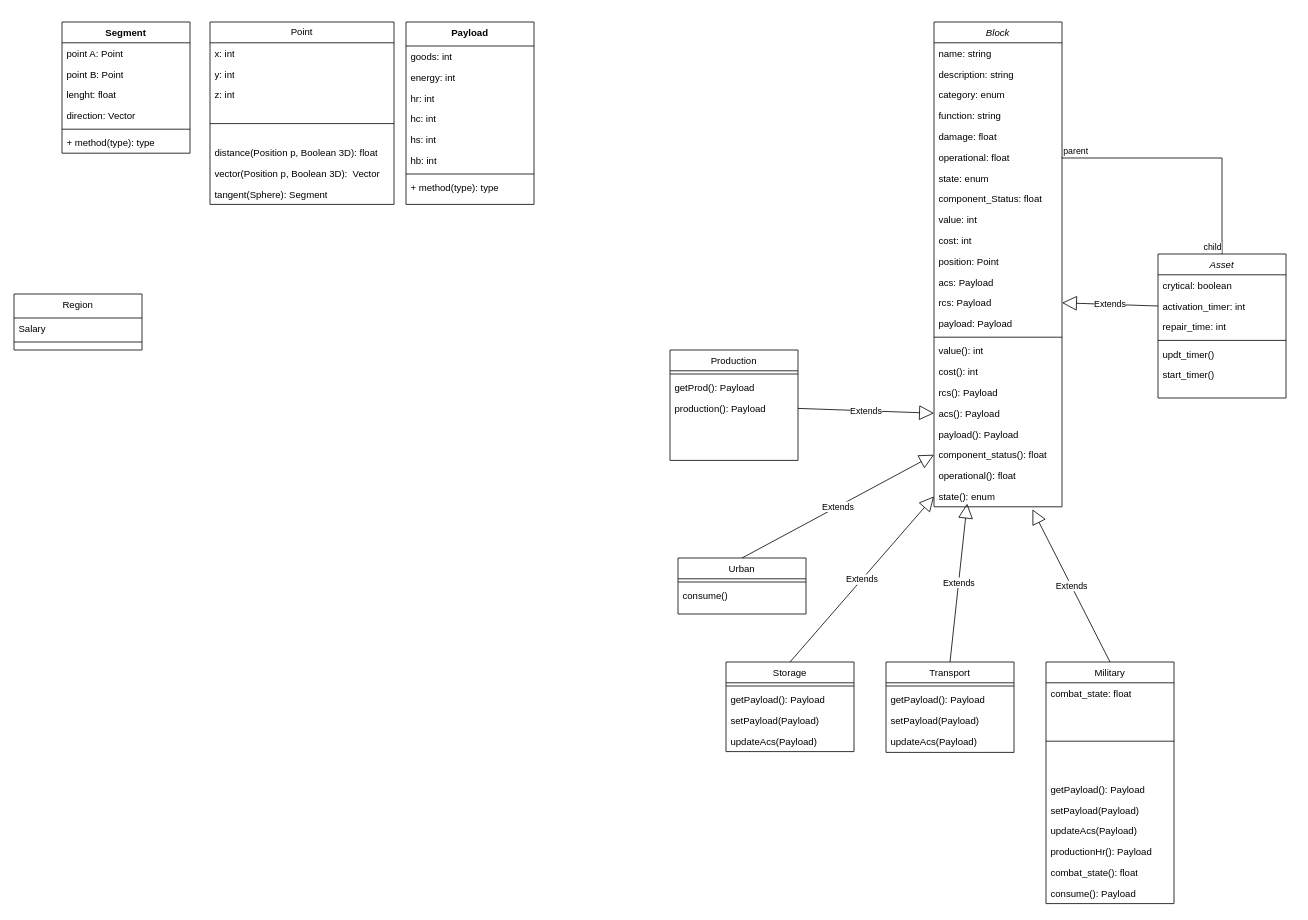
This is Analysis/UML/Class Diagram.drawio from MakusIV/Warfare-Model, a draw.io file, before an edit. Source tidied: cells renumbered, new cells numbered last; positions are measured from the earlier drawing's top-left corner, leaving out a move shared by most shapes. Both pictures are drawn from the tidied source at 80%, with x=0, y=0 at pixel (14, 22).
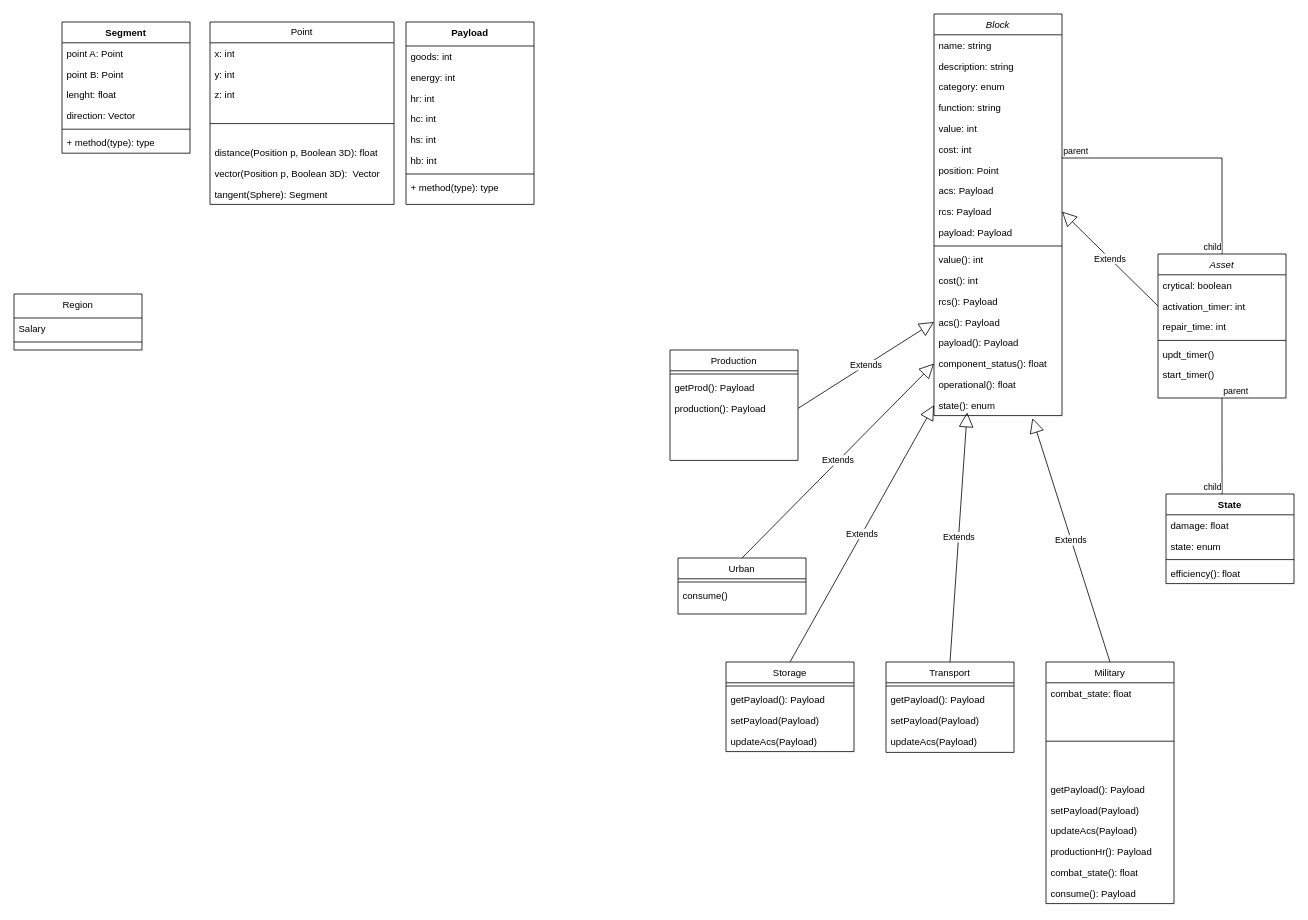
The same page after the edit.

Commit message (it also covers changes not shown here):
create Class: State, upgrade Block propriety

Unchanged cells that the change refers to:
```xml
<mxCell id="26" value="Asset" style="swimlane;fontStyle=2;align=center;verticalAlign=top;horizontal=1;startSize=26;rounded=0;shadow=0;strokeWidth=1;" parent="1" vertex="1">
  <mxGeometry x="1430" y="290" width="160" height="180" as="geometry" />
</mxCell>
```

Change to the diagram source:
```diff
@@
     <mxCell id="2" value="Block" style="swimlane;fontStyle=2;align=center;verticalAlign=top;horizontal=1;startSize=26;rounded=0;shadow=0;strokeWidth=1;" parent="1" vertex="1">
-      <mxGeometry x="1150" width="160" height="606" as="geometry" />
+      <mxGeometry x="1150" y="-10" width="160" height="502" as="geometry" />
     </mxCell>
@@
-    <mxCell id="7" value="damage: float" style="text;align=left;verticalAlign=top;spacingLeft=4;spacingRight=4;overflow=hidden;rounded=0;shadow=0;html=0;" parent="2" vertex="1">
-      <mxGeometry y="130" width="160" height="26" as="geometry" />
-    </mxCell>
-    <mxCell id="8" value="operational: float" style="text;align=left;verticalAlign=top;spacingLeft=4;spacingRight=4;overflow=hidden;points=[[0,0.5],[1,0.5]];portConstraint=eastwest;rounded=0;shadow=0;html=0;" parent="2" vertex="1">
-      <mxGeometry y="156" width="160" height="26" as="geometry" />
-    </mxCell>
-    <mxCell id="9" value="state: enum" style="text;align=left;verticalAlign=top;spacingLeft=4;spacingRight=4;overflow=hidden;rounded=0;shadow=0;html=0;" parent="2" vertex="1">
-      <mxGeometry y="182" width="160" height="26" as="geometry" />
-    </mxCell>
-    <mxCell id="10" value="component_Status: float&#10;" style="text;align=left;verticalAlign=top;spacingLeft=4;spacingRight=4;overflow=hidden;rounded=0;shadow=0;html=0;" parent="2" vertex="1">
-      <mxGeometry y="208" width="160" height="26" as="geometry" />
-    </mxCell>
     <mxCell id="11" value="value: int" style="text;align=left;verticalAlign=top;spacingLeft=4;spacingRight=4;overflow=hidden;rounded=0;shadow=0;html=0;" parent="2" vertex="1">
-      <mxGeometry y="234" width="160" height="26" as="geometry" />
+      <mxGeometry y="130" width="160" height="26" as="geometry" />
     </mxCell>
     <mxCell id="12" value="cost: int" style="text;align=left;verticalAlign=top;spacingLeft=4;spacingRight=4;overflow=hidden;rounded=0;shadow=0;html=0;" parent="2" vertex="1">
-      <mxGeometry y="260" width="160" height="26" as="geometry" />
+      <mxGeometry y="156" width="160" height="26" as="geometry" />
     </mxCell>
     <mxCell id="13" value="position: Point" style="text;align=left;verticalAlign=top;spacingLeft=4;spacingRight=4;overflow=hidden;rounded=0;shadow=0;html=0;" parent="2" vertex="1">
-      <mxGeometry y="286" width="160" height="26" as="geometry" />
+      <mxGeometry y="182" width="160" height="26" as="geometry" />
     </mxCell>
     <mxCell id="14" value="acs: Payload" style="text;align=left;verticalAlign=top;spacingLeft=4;spacingRight=4;overflow=hidden;rounded=0;shadow=0;html=0;" parent="2" vertex="1">
-      <mxGeometry y="312" width="160" height="26" as="geometry" />
+      <mxGeometry y="208" width="160" height="26" as="geometry" />
     </mxCell>
     <mxCell id="15" value="rcs: Payload" style="text;align=left;verticalAlign=top;spacingLeft=4;spacingRight=4;overflow=hidden;points=[[0,0.5],[1,0.5]];portConstraint=eastwest;rounded=0;shadow=0;html=0;" parent="2" vertex="1">
-      <mxGeometry y="338" width="160" height="26" as="geometry" />
+      <mxGeometry y="234" width="160" height="26" as="geometry" />
     </mxCell>
     <mxCell id="16" value="payload: Payload" style="text;align=left;verticalAlign=top;spacingLeft=4;spacingRight=4;overflow=hidden;rounded=0;shadow=0;html=0;" parent="2" vertex="1">
-      <mxGeometry y="364" width="160" height="26" as="geometry" />
+      <mxGeometry y="260" width="160" height="26" as="geometry" />
     </mxCell>
     <mxCell id="17" style="line;html=1;strokeWidth=1;align=left;verticalAlign=middle;spacingTop=-1;spacingLeft=3;spacingRight=3;labelPosition=right;" parent="2" vertex="1">
-      <mxGeometry y="390" width="160" height="8" as="geometry" />
+      <mxGeometry y="286" width="160" height="8" as="geometry" />
     </mxCell>
     <mxCell id="18" value="value(): int" style="text;align=left;verticalAlign=top;spacingLeft=4;spacingRight=4;overflow=hidden;rounded=0;shadow=0;html=0;" parent="2" vertex="1">
-      <mxGeometry y="398" width="160" height="26" as="geometry" />
+      <mxGeometry y="294" width="160" height="26" as="geometry" />
     </mxCell>
     <mxCell id="19" value="cost(): int" style="text;align=left;verticalAlign=top;spacingLeft=4;spacingRight=4;overflow=hidden;rounded=0;shadow=0;html=0;" parent="2" vertex="1">
-      <mxGeometry y="424" width="160" height="26" as="geometry" />
+      <mxGeometry y="320" width="160" height="26" as="geometry" />
     </mxCell>
     <mxCell id="20" value="rcs(): Payload" style="text;align=left;verticalAlign=top;spacingLeft=4;spacingRight=4;overflow=hidden;rounded=0;shadow=0;html=0;" parent="2" vertex="1">
-      <mxGeometry y="450" width="160" height="26" as="geometry" />
+      <mxGeometry y="346" width="160" height="26" as="geometry" />
     </mxCell>
     <mxCell id="21" value="acs(): Payload" style="text;align=left;verticalAlign=top;spacingLeft=4;spacingRight=4;overflow=hidden;points=[[0,0.5],[1,0.5]];portConstraint=eastwest;rounded=0;shadow=0;html=0;" parent="2" vertex="1">
-      <mxGeometry y="476" width="160" height="26" as="geometry" />
+      <mxGeometry y="372" width="160" height="26" as="geometry" />
     </mxCell>
     <mxCell id="22" value="payload(): Payload" style="text;align=left;verticalAlign=top;spacingLeft=4;spacingRight=4;overflow=hidden;rounded=0;shadow=0;html=0;" parent="2" vertex="1">
-      <mxGeometry y="502" width="160" height="26" as="geometry" />
+      <mxGeometry y="398" width="160" height="26" as="geometry" />
     </mxCell>
     <mxCell id="23" value="component_status(): float" style="text;align=left;verticalAlign=top;spacingLeft=4;spacingRight=4;overflow=hidden;points=[[0,0.5],[1,0.5]];portConstraint=eastwest;rounded=0;shadow=0;html=0;" parent="2" vertex="1">
-      <mxGeometry y="528" width="160" height="26" as="geometry" />
+      <mxGeometry y="424" width="160" height="26" as="geometry" />
     </mxCell>
     <mxCell id="24" value="operational(): float" style="text;align=left;verticalAlign=top;spacingLeft=4;spacingRight=4;overflow=hidden;rounded=0;shadow=0;html=0;" parent="2" vertex="1">
-      <mxGeometry y="554" width="160" height="26" as="geometry" />
+      <mxGeometry y="450" width="160" height="26" as="geometry" />
     </mxCell>
     <mxCell id="25" value="state(): enum" style="text;align=left;verticalAlign=top;spacingLeft=4;spacingRight=4;overflow=hidden;points=[[0,0.5],[1,0.5]];portConstraint=eastwest;rounded=0;shadow=0;html=0;" parent="2" vertex="1">
-      <mxGeometry y="580" width="160" height="26" as="geometry" />
+      <mxGeometry y="476" width="160" height="26" as="geometry" />
     </mxCell>
@@
-    <mxCell id="92" style="endArrow=none;html=1;edgeStyle=orthogonalEdgeStyle;rounded=0;exitX=1;exitY=0.5;exitDx=0;exitDy=0;entryX=0.5;entryY=0;entryDx=0;entryDy=0;" parent="1" edge="1" source="8" target="26">
+    <mxCell id="92" style="endArrow=none;html=1;edgeStyle=orthogonalEdgeStyle;rounded=0;exitX=1;exitY=0.5;exitDx=0;exitDy=0;entryX=0.5;entryY=0;entryDx=0;entryDy=0;" parent="1" edge="1" target="26">
       <mxGeometry relative="1" as="geometry">
+        <mxPoint x="1310" y="169" as="sourcePoint" />
         <Array as="points">
           <mxPoint x="1310" y="170" />
           <mxPoint x="1510" y="170" />
         </Array>
       </mxGeometry>
     </mxCell>
@@
+    <mxCell id="95" value="State" style="swimlane;fontStyle=1;align=center;verticalAlign=top;horizontal=1;startSize=26;whiteSpace=wrap;html=1;" parent="1" vertex="1">
+      <mxGeometry x="1440" y="590" width="160" height="112" as="geometry" />
+    </mxCell>
+    <mxCell id="7" value="damage: float" style="text;strokeColor=none;fillColor=none;align=left;verticalAlign=top;spacingLeft=4;spacingRight=4;overflow=hidden;whiteSpace=wrap;html=1;" parent="95" vertex="1">
+      <mxGeometry y="26" width="160" height="26" as="geometry" />
+    </mxCell>
+    <mxCell id="9" value="state: enum" style="text;align=left;verticalAlign=top;spacingLeft=4;spacingRight=4;overflow=hidden;rounded=0;shadow=0;html=0;" parent="95" vertex="1">
+      <mxGeometry y="52" width="160" height="26" as="geometry" />
+    </mxCell>
+    <mxCell id="96" style="line;strokeWidth=1;fillColor=none;align=left;verticalAlign=middle;spacingTop=-1;spacingLeft=3;spacingRight=3;labelPosition=right;strokeColor=inherit;" parent="95" vertex="1">
+      <mxGeometry y="78" width="160" height="8" as="geometry" />
+    </mxCell>
+    <mxCell id="97" value="efficiency(): float" style="text;strokeColor=none;fillColor=none;align=left;verticalAlign=top;spacingLeft=4;spacingRight=4;overflow=hidden;whiteSpace=wrap;html=1;" parent="95" vertex="1">
+      <mxGeometry y="86" width="160" height="26" as="geometry" />
+    </mxCell>
+    <mxCell id="98" style="endArrow=none;html=1;edgeStyle=orthogonalEdgeStyle;rounded=0;entryX=0.438;entryY=0;entryDx=0;entryDy=0;entryPerimeter=0;exitX=0.5;exitY=1;exitDx=0;exitDy=0;" parent="1" edge="1" source="26" target="95">
+      <mxGeometry relative="1" as="geometry" />
+    </mxCell>
+    <mxCell id="99" value="parent" style="edgeLabel;html=1;align=left;verticalAlign=bottom;" parent="98" vertex="1">
+      <mxGeometry x="-1" relative="1" as="geometry" />
+    </mxCell>
+    <mxCell id="100" value="child" style="edgeLabel;html=1;align=right;verticalAlign=bottom;" parent="98" vertex="1">
+      <mxGeometry x="1" relative="1" as="geometry" />
+    </mxCell>
```
